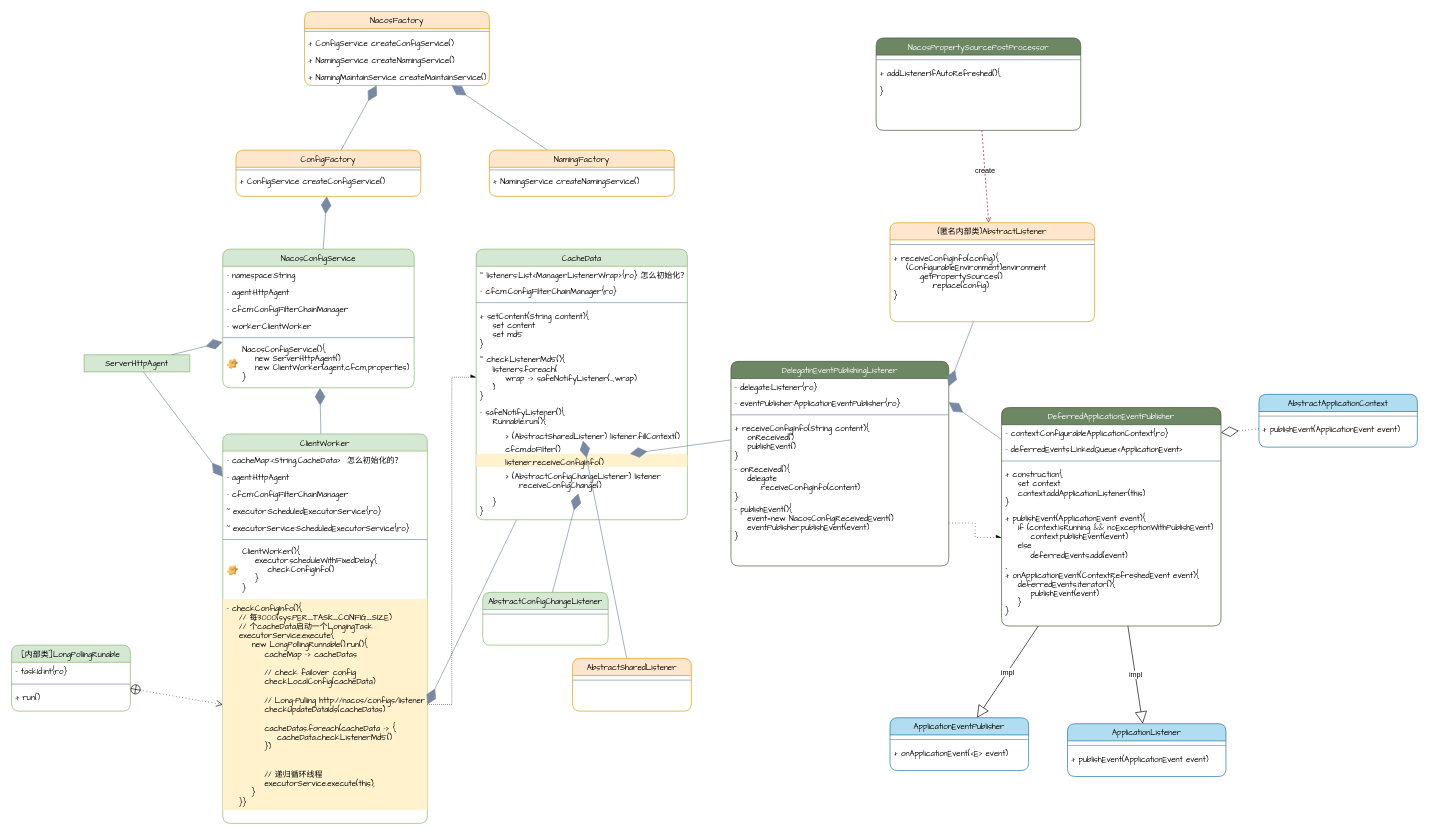
ZhengweiHou/simplegit keeps this draw.io diagram as page "Nacos类图梳理" (2 of 3) of diagrams.net/Nacos架构梳理.drawio. Above is the earlier version. Source tidied: cells renumbered, new cells numbered last; positions are measured from the earlier drawing's top-left corner, leaving out a move shared by most shapes. Both pictures are drawn from the tidied source at 66%, with x=0, y=0 at pixel (11, 11).
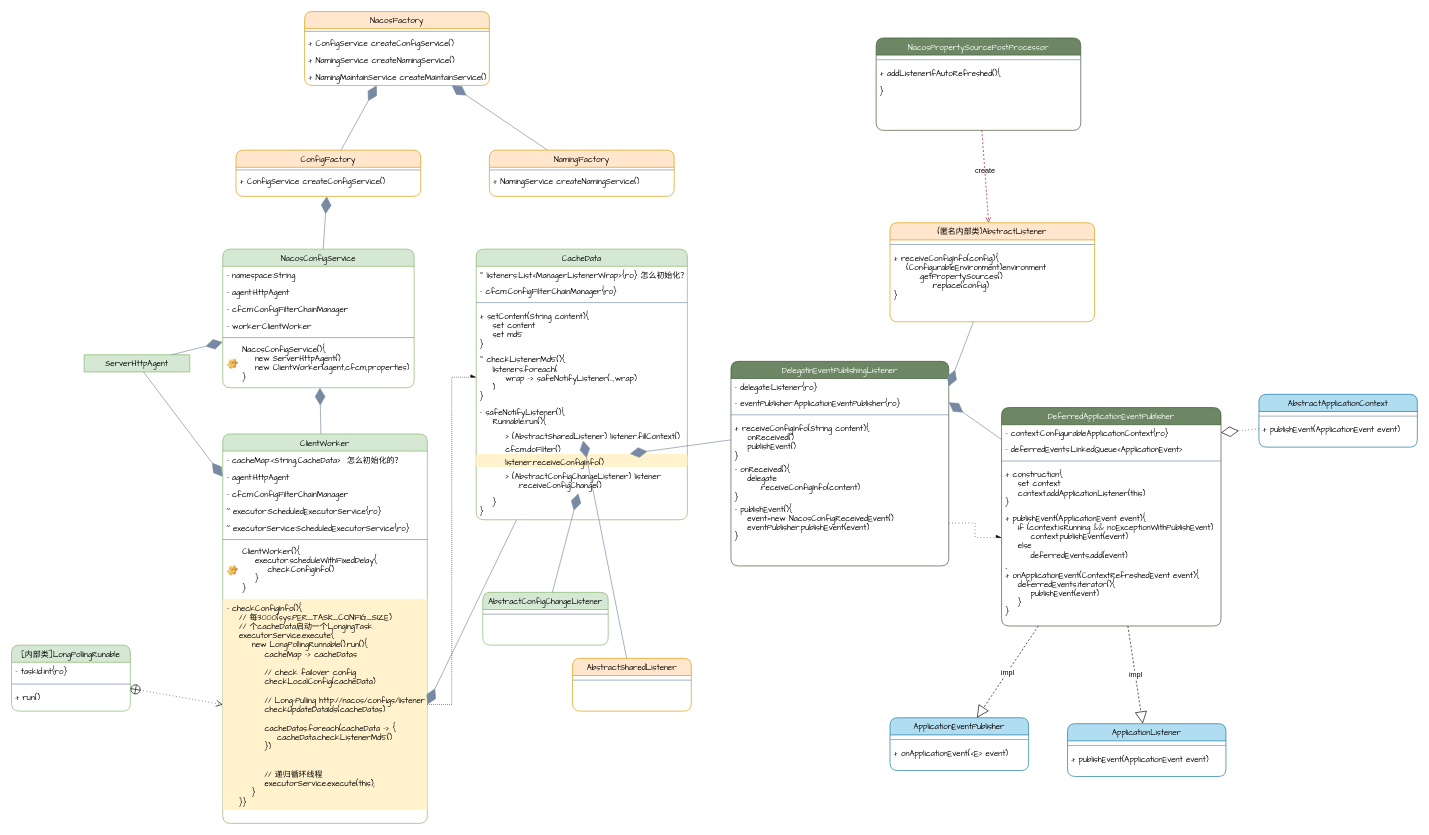
After the change.

The change refers to these unchanged cells:
```xml
<mxCell id="68" value="ApplicationEventPublisher" style="swimlane;fontStyle=0;align=center;verticalAlign=top;horizontal=1;startSize=26;shadow=0;strokeWidth=1;fillColor=#b1ddf0;strokeColor=#10739e;fontFamily=Comic Sans MS;rounded=1;sketch=0;" parent="1" vertex="1">
  <mxGeometry x="1331" y="1070" width="210" height="80" as="geometry" />
</mxCell>
<mxCell id="71" value="DeferredApplicationEventPublisher" style="swimlane;fontStyle=0;align=center;verticalAlign=top;horizontal=1;startSize=26;shadow=0;strokeWidth=1;fillColor=#6d8764;strokeColor=#3A5431;fontFamily=Comic Sans MS;rounded=1;sketch=0;fontColor=#ffffff;" parent="1" vertex="1">
  <mxGeometry x="1500" y="600" width="332.5" height="331" as="geometry" />
</mxCell>
<mxCell id="80" value="ApplicationListener" style="swimlane;fontStyle=0;align=center;verticalAlign=top;horizontal=1;startSize=26;shadow=0;strokeWidth=1;fillColor=#b1ddf0;strokeColor=#10739e;fontFamily=Comic Sans MS;rounded=1;sketch=0;" parent="1" vertex="1">
  <mxGeometry x="1600" y="1079" width="240" height="80" as="geometry" />
</mxCell>
```

Change to the diagram source:
```diff
@@
-    <mxCell id="78" value="impl" style="endArrow=block;endSize=16;endFill=0;html=1;rounded=0;" parent="1" edge="1" source="71" target="68">
+    <mxCell id="78" value="impl" style="endArrow=block;endSize=16;endFill=0;html=1;rounded=0;dashed=1;" parent="1" edge="1" source="71" target="68">
       <mxGeometry relative="1" as="geometry" />
     </mxCell>
@@
-    <mxCell id="83" value="impl" style="endArrow=block;endSize=16;endFill=0;html=1;rounded=0;" parent="1" edge="1" source="71" target="80">
+    <mxCell id="83" value="impl" style="endArrow=block;endSize=16;endFill=0;html=1;rounded=0;dashed=1;" parent="1" edge="1" source="71" target="80">
       <mxGeometry relative="1" as="geometry" />
     </mxCell>
```
